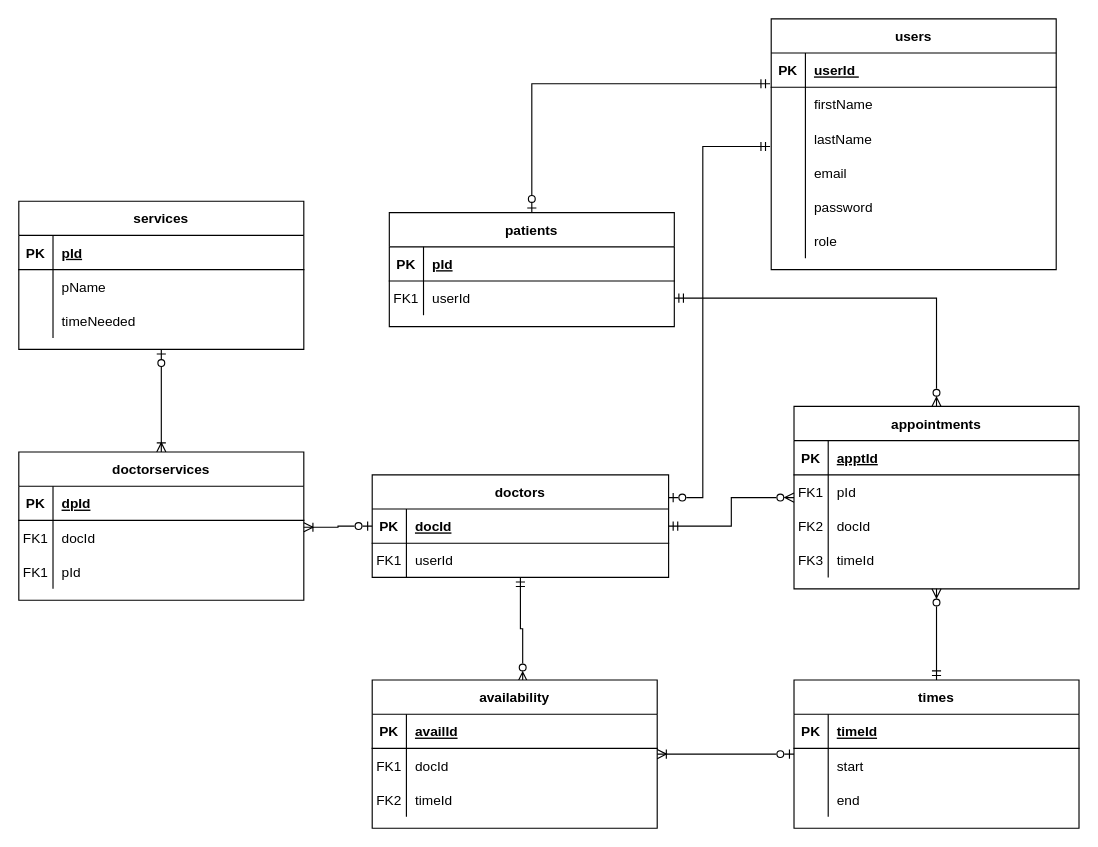
kaelan87/MedPro keeps this draw.io diagram as dbFiles/med.io.drawio. Above is the earlier version. Source tidied: cells renumbered, new cells numbered last; positions are measured from the earlier drawing's top-left corner, leaving out a move shared by most shapes. Both pictures are drawn from the tidied source at 114%, with x=0, y=0 at pixel (18, 18).
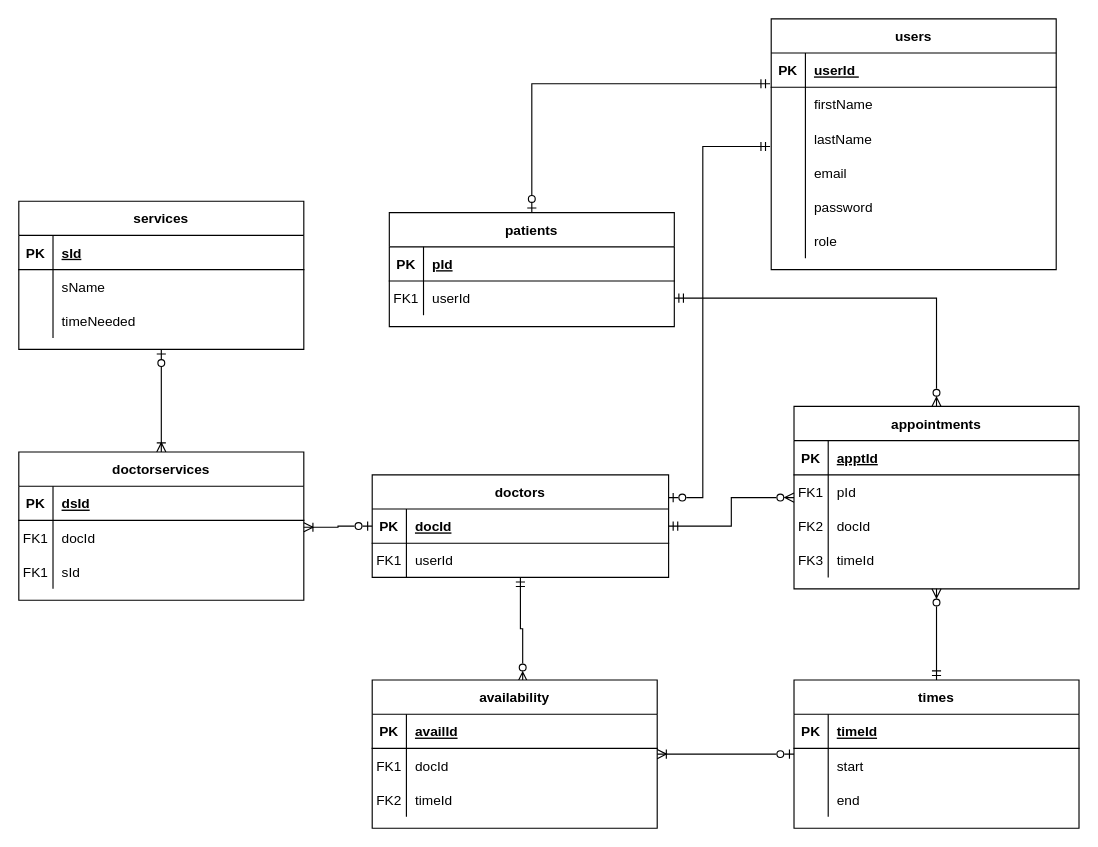
The same page after the edit.

Commit message (it also covers changes not shown here):
corrected ERD column name errors

The change refers to these unchanged cells:
```xml
<mxCell id="14" style="shape=partialRectangle;fillColor=none;top=0;left=0;right=0;bottom=1;" parent="13" vertex="1">
  <mxGeometry y="30" width="250" height="30" as="geometry" />
</mxCell>
<mxCell id="17" style="shape=partialRectangle;fillColor=none;top=0;left=0;right=0;bottom=0;" parent="13" vertex="1">
  <mxGeometry y="60" width="250" height="30" as="geometry" />
</mxCell>
<mxCell id="63" style="shape=partialRectangle;fillColor=none;top=0;left=0;right=0;bottom=1;" parent="62" vertex="1">
  <mxGeometry y="30" width="250" height="30" as="geometry" />
</mxCell>
<mxCell id="69" style="shape=partialRectangle;fillColor=none;top=0;left=0;right=0;bottom=0;" parent="62" vertex="1">
  <mxGeometry y="90" width="250" height="30" as="geometry" />
</mxCell>
```

The edit, as a diff of the source:
```diff
@@
-    <mxCell id="16" value="pId" style="shape=partialRectangle;overflow=hidden;fillColor=none;top=0;left=0;bottom=0;right=0;align=left;spacingLeft=6;fontStyle=5;" parent="14" vertex="1">
+    <mxCell id="16" value="sId" style="shape=partialRectangle;overflow=hidden;fillColor=none;top=0;left=0;bottom=0;right=0;align=left;spacingLeft=6;fontStyle=5;" parent="14" vertex="1">
       <mxGeometry x="30" width="220" height="30" as="geometry" />
     </mxCell>
@@
-    <mxCell id="19" value="pName" style="shape=partialRectangle;overflow=hidden;fillColor=none;top=0;left=0;bottom=0;right=0;align=left;spacingLeft=6;" parent="17" vertex="1">
+    <mxCell id="19" value="sName" style="shape=partialRectangle;overflow=hidden;fillColor=none;top=0;left=0;bottom=0;right=0;align=left;spacingLeft=6;" parent="17" vertex="1">
       <mxGeometry x="30" width="220" height="30" as="geometry" />
     </mxCell>
@@
-    <mxCell id="65" value="dpId" style="shape=partialRectangle;overflow=hidden;fillColor=none;top=0;left=0;bottom=0;right=0;align=left;spacingLeft=6;fontStyle=5;" parent="63" vertex="1">
+    <mxCell id="65" value="dsId" style="shape=partialRectangle;overflow=hidden;fillColor=none;top=0;left=0;bottom=0;right=0;align=left;spacingLeft=6;fontStyle=5;" parent="63" vertex="1">
       <mxGeometry x="30" width="220" height="30" as="geometry" />
     </mxCell>
@@
-    <mxCell id="71" value="pId" style="shape=partialRectangle;overflow=hidden;fillColor=none;top=0;left=0;bottom=0;right=0;align=left;spacingLeft=6;" parent="69" vertex="1">
+    <mxCell id="71" value="sId" style="shape=partialRectangle;overflow=hidden;fillColor=none;top=0;left=0;bottom=0;right=0;align=left;spacingLeft=6;" parent="69" vertex="1">
       <mxGeometry x="30" width="220" height="30" as="geometry" />
     </mxCell>
```
